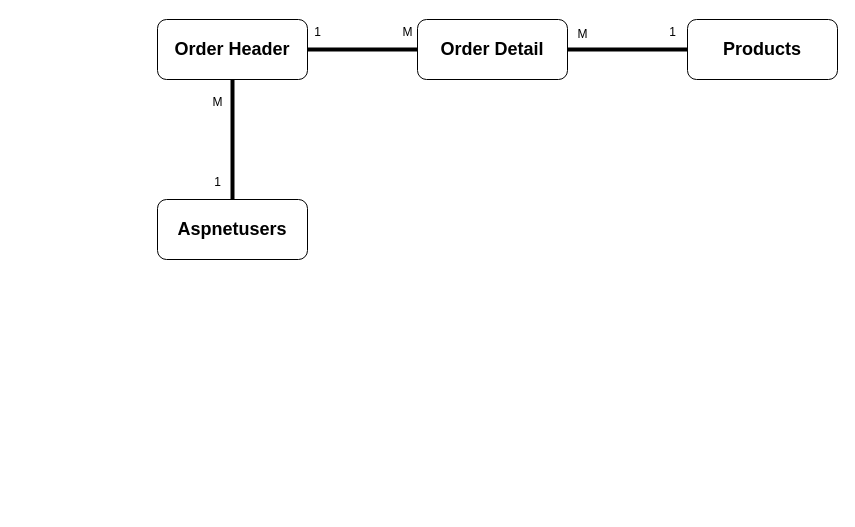
Above: Testing/Relations.drawio in Mokaliomar/ShopHub-Startup-Template (draw.io), before the change. Source tidied: cells renumbered, new cells numbered last; positions are measured from the earlier drawing's top-left corner, leaving out a move shared by most shapes. Both pictures are drawn from the tidied source at 100%, with x=0, y=0 at pixel (157, 17).
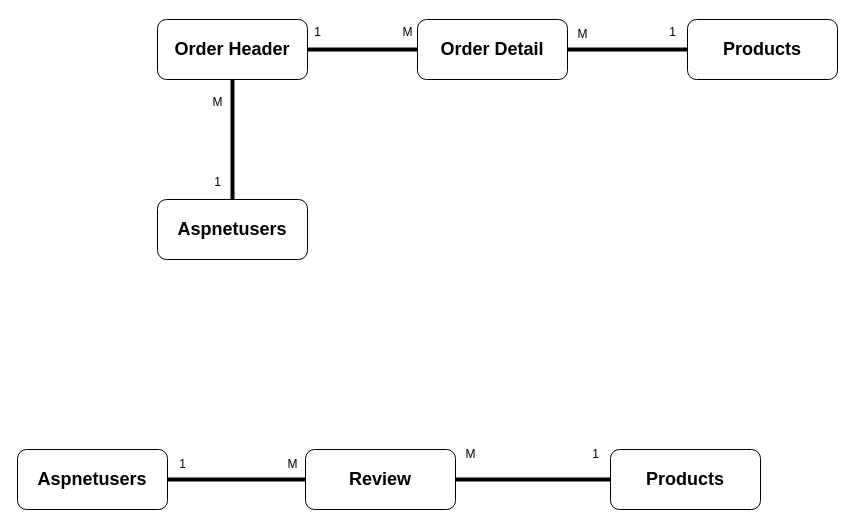
After the change.

Diff of the diagram source:
```diff
@@
+    <mxCell id="15" value="&lt;b&gt;&lt;font style=&quot;font-size: 18px;&quot;&gt;Review&lt;/font&gt;&lt;/b&gt;" style="rounded=1;whiteSpace=wrap;html=1;" parent="1" vertex="1">
+      <mxGeometry x="148" y="432" width="150" height="60" as="geometry" />
+    </mxCell>
+    <mxCell id="16" value="&lt;b&gt;&lt;font style=&quot;font-size: 18px;&quot;&gt;Products&lt;/font&gt;&lt;/b&gt;" style="rounded=1;whiteSpace=wrap;html=1;" parent="1" vertex="1">
+      <mxGeometry x="453" y="432" width="150" height="60" as="geometry" />
+    </mxCell>
+    <mxCell id="17" value="M" style="text;html=1;align=center;verticalAlign=middle;strokeColor=none;fillColor=none;" parent="1" vertex="1">
+      <mxGeometry x="298" y="422" width="30" height="30" as="geometry" />
+    </mxCell>
+    <mxCell id="18" style="endArrow=none;html=1;entryX=0;entryY=0.5;entryDx=0;entryDy=0;jumpSize=9;strokeWidth=4;" parent="1" edge="1" source="15" target="16">
+      <mxGeometry relative="1" as="geometry" />
+    </mxCell>
+    <mxCell id="19" value="1" style="text;html=1;align=center;verticalAlign=middle;strokeColor=none;fillColor=none;" parent="1" vertex="1">
+      <mxGeometry x="423" y="422" width="30" height="30" as="geometry" />
+    </mxCell>
+    <mxCell id="20" value="&lt;span style=&quot;font-size: 18px;&quot;&gt;&lt;b&gt;Aspnetusers&lt;/b&gt;&lt;/span&gt;" style="rounded=1;whiteSpace=wrap;html=1;" parent="1" vertex="1">
+      <mxGeometry x="-140" y="432" width="150" height="60" as="geometry" />
+    </mxCell>
+    <mxCell id="21" style="endArrow=none;html=1;entryX=0;entryY=0.5;entryDx=0;entryDy=0;jumpSize=9;strokeWidth=4;exitX=1;exitY=0.5;exitDx=0;exitDy=0;" parent="1" edge="1" source="20" target="15">
+      <mxGeometry relative="1" as="geometry" />
+    </mxCell>
+    <mxCell id="22" value="1" style="text;html=1;align=center;verticalAlign=middle;strokeColor=none;fillColor=none;" parent="1" vertex="1">
+      <mxGeometry x="10" y="432" width="30" height="30" as="geometry" />
+    </mxCell>
+    <mxCell id="23" value="M" style="text;html=1;align=center;verticalAlign=middle;strokeColor=none;fillColor=none;" parent="1" vertex="1">
+      <mxGeometry x="120" y="432" width="30" height="30" as="geometry" />
+    </mxCell>
```
